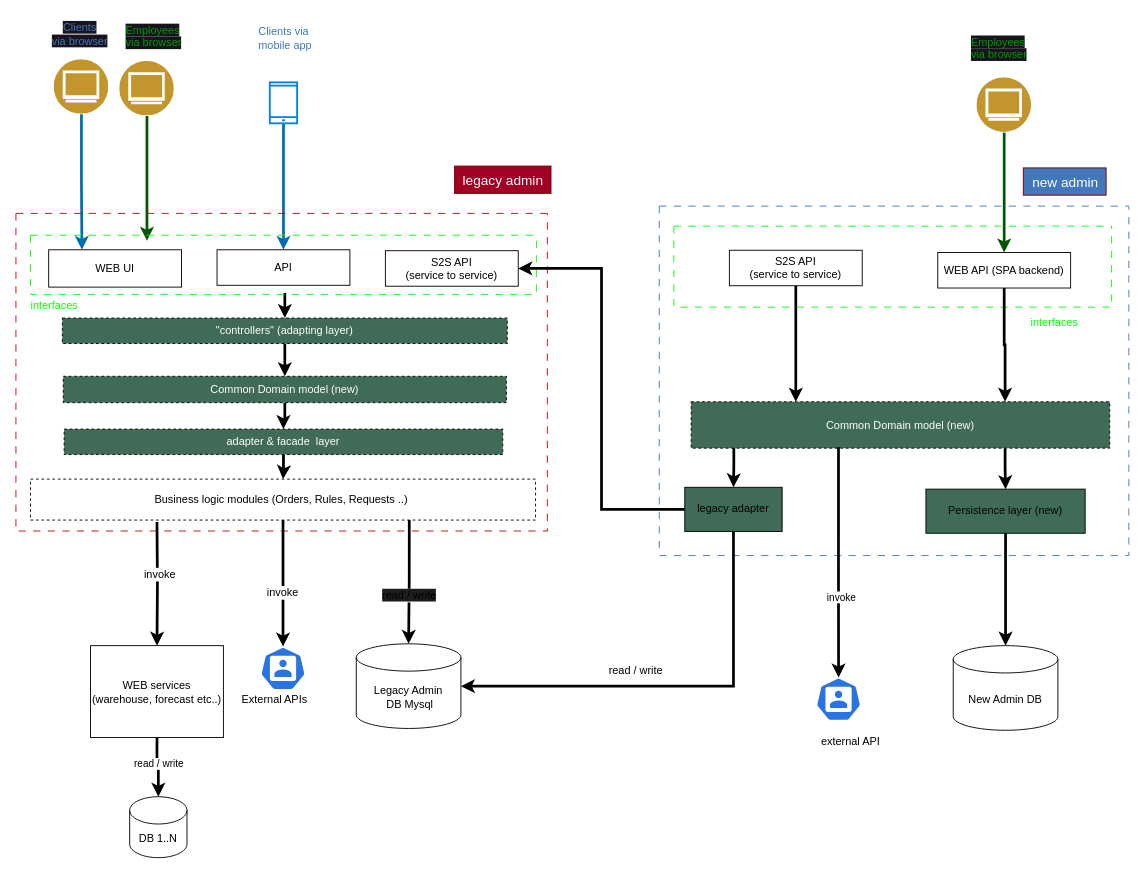
Before: page "step 3" (5 of 9) of refactoring.drawio in sajonaro/ref-ex, a draw.io diagram. Source tidied: cells renumbered, new cells numbered last; positions are measured from the earlier drawing's top-left corner, leaving out a move shared by most shapes. Both pictures are drawn from the tidied source at 91%, with x=0, y=0 at pixel (15, 15).
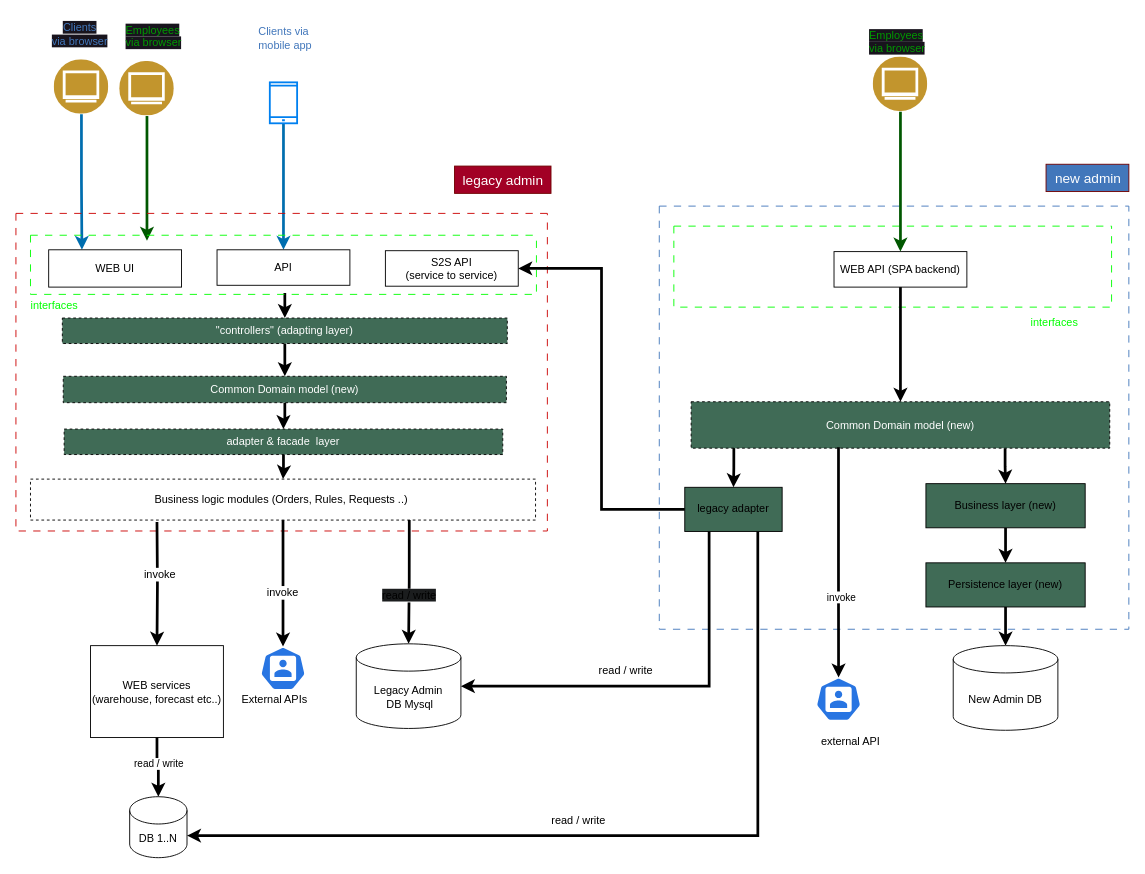
Above is the later version.

Unchanged cells that the change refers to:
```xml
<mxCell id="2" value="Legacy Admin&lt;br&gt;&amp;nbsp;DB Mysql" style="shape=cylinder3;whiteSpace=wrap;html=1;boundedLbl=1;backgroundOutline=1;size=15;" parent="1" vertex="1">
  <mxGeometry x="374" y="690" width="115" height="93" as="geometry" />
</mxCell>
<mxCell id="34" value="DB 1..N" style="shape=cylinder3;whiteSpace=wrap;html=1;boundedLbl=1;backgroundOutline=1;size=15;" parent="1" vertex="1">
  <mxGeometry x="125" y="858" width="63" height="67" as="geometry" />
</mxCell>
<mxCell id="41" style="swimlane;startSize=0;dashed=1;dashPattern=8 8;fontColor=#00FF00;strokeColor=#00FF00;" parent="40" vertex="1">
  <mxGeometry x="16" y="22" width="481" height="89" as="geometry" />
</mxCell>
<mxCell id="47" value="&lt;span style=&quot;color: rgb(255, 255, 255);&quot;&gt;Common Domain model (new)&lt;/span&gt;" style="rounded=0;whiteSpace=wrap;html=1;dashed=1;fillColor=#406B56;" parent="40" vertex="1">
  <mxGeometry x="35" y="215" width="460" height="51" as="geometry" />
</mxCell>
<mxCell id="51" value="legacy adapter" style="rounded=0;whiteSpace=wrap;html=1;fillStyle=solid;fillColor=#406B56;" parent="40" vertex="1">
  <mxGeometry x="28" y="309" width="107" height="48.5" as="geometry" />
</mxCell>
```

Change to the diagram source:
```diff
@@
     <mxCell id="39" value="new admin" style="text;html=1;align=center;verticalAlign=middle;strokeColor=#6F0000;fillColor=#4277BB;fontSize=15;fontColor=#ffffff;" parent="1" vertex="1">
-      <mxGeometry x="1107" y="167" width="91" height="30" as="geometry" />
+      <mxGeometry x="1132" y="163" width="91" height="30" as="geometry" />
     </mxCell>
     <mxCell id="40" style="swimlane;startSize=0;dashed=1;dashPattern=8 8;strokeColor=#4277BB;" parent="1" vertex="1">
-      <mxGeometry x="707" y="209" width="516" height="384" as="geometry" />
+      <mxGeometry x="707" y="209" width="516" height="465" as="geometry" />
     </mxCell>
@@
     <mxCell id="42" value="WEB API (SPA backend)" style="rounded=0;whiteSpace=wrap;html=1;" parent="41" vertex="1">
-      <mxGeometry x="290" y="29" width="146" height="39" as="geometry" />
+      <mxGeometry x="176" y="28" width="146" height="39" as="geometry" />
     </mxCell>
-    <mxCell id="43" value="S2S API&lt;br&gt;(service to service)" style="rounded=0;whiteSpace=wrap;html=1;" parent="41" vertex="1">
-      <mxGeometry x="61" y="26.5" width="146" height="39" as="geometry" />
-    </mxCell>
@@
-    <mxCell id="45" style="edgeStyle=orthogonalEdgeStyle;rounded=0;jettySize=auto;html=1;strokeColor=default;strokeWidth=3;align=center;verticalAlign=middle;fontFamily=Helvetica;fontSize=11;fontColor=default;labelBackgroundColor=default;endArrow=classic;exitX=0.75;exitY=1;exitDx=0;exitDy=0;" parent="40" edge="1" source="47" target="48">
+    <mxCell id="45" style="edgeStyle=orthogonalEdgeStyle;rounded=0;jettySize=auto;html=1;strokeColor=default;strokeWidth=3;align=center;verticalAlign=middle;fontFamily=Helvetica;fontSize=11;fontColor=default;labelBackgroundColor=default;endArrow=classic;exitX=0.5;exitY=1;exitDx=0;exitDy=0;" parent="40" edge="1" source="65" target="48">
       <mxGeometry relative="1" as="geometry" />
     </mxCell>
@@
+    <mxCell id="64" style="edgeStyle=orthogonalEdgeStyle;rounded=0;jettySize=auto;html=1;strokeColor=default;strokeWidth=3;align=center;verticalAlign=middle;fontFamily=Helvetica;fontSize=11;fontColor=default;labelBackgroundColor=default;endArrow=classic;exitX=0.75;exitY=1;exitDx=0;exitDy=0;" parent="40" edge="1" source="47" target="65">
+      <mxGeometry relative="1" as="geometry" />
+    </mxCell>
@@
     <mxCell id="48" value="Persistence layer (new)" style="rounded=0;whiteSpace=wrap;html=1;fillStyle=solid;fillColor=#406B56;" parent="40" vertex="1">
-      <mxGeometry x="293" y="311" width="175" height="48.5" as="geometry" />
+      <mxGeometry x="293" y="392" width="175" height="48.5" as="geometry" />
     </mxCell>
-    <mxCell id="49" style="edgeStyle=orthogonalEdgeStyle;rounded=0;jettySize=auto;html=1;strokeColor=default;strokeWidth=3;align=center;verticalAlign=middle;fontFamily=Helvetica;fontSize=11;fontColor=default;labelBackgroundColor=default;endArrow=classic;entryX=0.25;entryY=0;entryDx=0;entryDy=0;" parent="40" edge="1" source="43" target="47">
-      <mxGeometry relative="1" as="geometry" />
-    </mxCell>
-    <mxCell id="50" style="edgeStyle=orthogonalEdgeStyle;rounded=0;jettySize=auto;html=1;entryX=0.75;entryY=0;entryDx=0;entryDy=0;strokeColor=default;strokeWidth=3;align=center;verticalAlign=middle;fontFamily=Helvetica;fontSize=11;fontColor=default;labelBackgroundColor=default;endArrow=classic;" parent="40" edge="1" source="42" target="47">
+    <mxCell id="50" style="edgeStyle=orthogonalEdgeStyle;rounded=0;jettySize=auto;html=1;entryX=0.5;entryY=0;entryDx=0;entryDy=0;strokeColor=default;strokeWidth=3;align=center;verticalAlign=middle;fontFamily=Helvetica;fontSize=11;fontColor=default;labelBackgroundColor=default;endArrow=classic;" parent="40" edge="1" source="42" target="47">
       <mxGeometry relative="1" as="geometry" />
     </mxCell>
@@
+    <mxCell id="65" value="Business layer (new)" style="rounded=0;whiteSpace=wrap;html=1;fillStyle=solid;fillColor=#406B56;" parent="40" vertex="1">
+      <mxGeometry x="293" y="305" width="175" height="48.5" as="geometry" />
+    </mxCell>
@@
-    <mxCell id="53" style="edgeStyle=orthogonalEdgeStyle;rounded=0;jettySize=auto;html=1;entryX=1;entryY=0.5;entryDx=0;entryDy=0;entryPerimeter=0;strokeColor=default;strokeWidth=3;align=center;verticalAlign=middle;fontFamily=Helvetica;fontSize=11;fontColor=default;labelBackgroundColor=default;endArrow=classic;exitX=0.5;exitY=1;exitDx=0;exitDy=0;" parent="1" edge="1" source="51" target="2">
+    <mxCell id="53" style="edgeStyle=orthogonalEdgeStyle;rounded=0;jettySize=auto;html=1;entryX=1;entryY=0.5;entryDx=0;entryDy=0;entryPerimeter=0;strokeColor=default;strokeWidth=3;align=center;verticalAlign=middle;fontFamily=Helvetica;fontSize=11;fontColor=default;labelBackgroundColor=default;endArrow=classic;exitX=0.25;exitY=1;exitDx=0;exitDy=0;" parent="1" edge="1" source="51" target="2">
       <mxGeometry relative="1" as="geometry" />
     </mxCell>
@@
     <mxCell id="59" style="image;perimeter=ellipsePerimeter;html=1;align=center;shadow=0;dashed=0;fontColor=#009900;labelBackgroundColor=default;fontSize=12;spacingTop=3;image=img/lib/ibm/users/browser.svg;imageBackground=default;fillStyle=solid;" parent="1" vertex="1">
-      <mxGeometry x="1056" y="68" width="60" height="60" as="geometry" />
+      <mxGeometry x="942" y="45" width="60" height="60" as="geometry" />
     </mxCell>
     <mxCell id="60" value="&lt;span style=&quot;color: rgb(0, 153, 0); font-family: Helvetica; font-size: 12px; font-style: normal; font-variant-ligatures: normal; font-variant-caps: normal; font-weight: 400; letter-spacing: normal; orphans: 2; text-align: center; text-indent: 0px; text-transform: none; widows: 2; word-spacing: 0px; -webkit-text-stroke-width: 0px; white-space: nowrap; background-color: rgb(24, 20, 29); text-decoration-thickness: initial; text-decoration-style: initial; text-decoration-color: initial; display: inline !important; float: none;&quot;&gt;Employees&lt;/span&gt;&lt;br style=&quot;border-color: rgb(0, 0, 0); color: rgb(0, 153, 0); font-family: Helvetica; font-size: 12px; font-style: normal; font-variant-ligatures: normal; font-variant-caps: normal; font-weight: 400; letter-spacing: normal; orphans: 2; text-align: center; text-indent: 0px; text-transform: none; widows: 2; word-spacing: 0px; -webkit-text-stroke-width: 0px; white-space: nowrap; text-decoration-thickness: initial; text-decoration-style: initial; text-decoration-color: initial;&quot;&gt;&lt;span style=&quot;color: rgb(0, 153, 0); font-family: Helvetica; font-size: 12px; font-style: normal; font-variant-ligatures: normal; font-variant-caps: normal; font-weight: 400; letter-spacing: normal; orphans: 2; text-align: center; text-indent: 0px; text-transform: none; widows: 2; word-spacing: 0px; -webkit-text-stroke-width: 0px; white-space: nowrap; background-color: rgb(24, 20, 29); text-decoration-thickness: initial; text-decoration-style: initial; text-decoration-color: initial; display: inline !important; float: none;&quot;&gt;via browser&lt;/span&gt;" style="text;whiteSpace=wrap;html=1;" parent="1" vertex="1">
-      <mxGeometry x="1048" y="15" width="90" height="50" as="geometry" />
+      <mxGeometry x="936" y="8" width="90" height="50" as="geometry" />
     </mxCell>
@@
+    <mxCell id="66" style="edgeStyle=orthogonalEdgeStyle;rounded=0;jettySize=auto;html=1;entryX=1;entryY=0;entryDx=0;entryDy=42.75;entryPerimeter=0;strokeColor=default;strokeWidth=3;align=center;verticalAlign=middle;fontFamily=Helvetica;fontSize=11;fontColor=default;labelBackgroundColor=default;endArrow=classic;exitX=0.75;exitY=1;exitDx=0;exitDy=0;" parent="1" edge="1" source="51" target="34">
+      <mxGeometry relative="1" as="geometry" />
+    </mxCell>
+    <mxCell id="67" value="read / write" style="edgeLabel;html=1;align=center;verticalAlign=middle;fontFamily=Helvetica;fontSize=12;fontColor=default;labelBackgroundColor=default;" parent="1" vertex="1">
+      <mxGeometry x="684" y="690" as="geometry">
+        <mxPoint x="-67" y="193" as="offset" />
+      </mxGeometry>
+    </mxCell>
```
